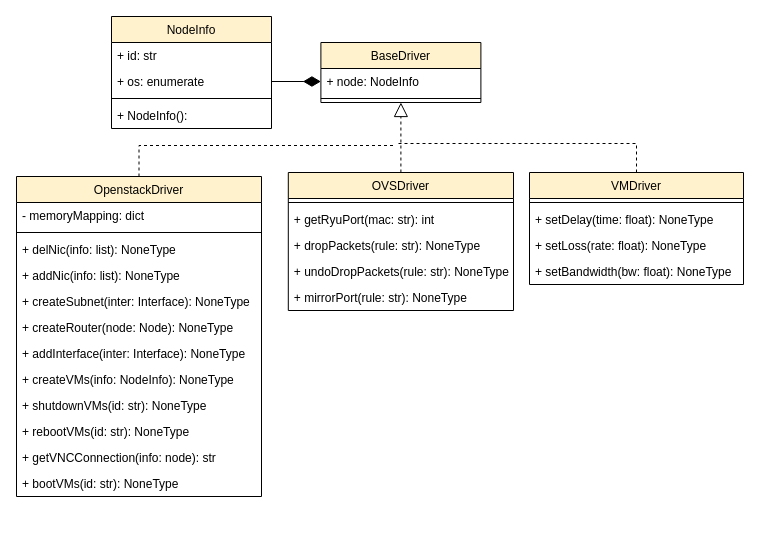
Before: page "类图_驱动模块" (11 of 13) of 仿真功能模块UML类图.drawio in Icarus1994/neutron_conf, a draw.io diagram. Source tidied: cells renumbered, new cells numbered last; positions are measured from the earlier drawing's top-left corner, leaving out a move shared by most shapes. Both pictures are drawn from the tidied source at 100%, with x=0, y=0 at pixel (16, 16).
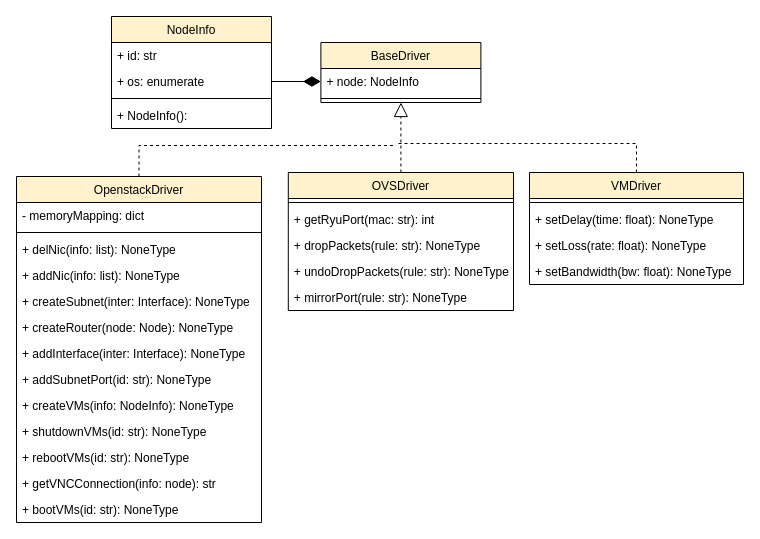
After the change.

The edit, as a diff of the source:
```diff
@@
     <mxCell id="16" value="OpenstackDriver" style="swimlane;fontStyle=0;align=center;verticalAlign=top;horizontal=1;startSize=26;fillColor=#fff2cc;strokeColor=#000000;" parent="1" vertex="1">
-      <mxGeometry y="160" width="245" height="320" as="geometry" />
+      <mxGeometry y="160" width="245" height="346" as="geometry" />
     </mxCell>
@@
+    <mxCell id="38" value="+ addSubnetPort(id: str): NoneType" style="text;strokeColor=none;fillColor=none;align=left;verticalAlign=top;spacingLeft=4;spacingRight=4;overflow=hidden;" parent="16" vertex="1">
+      <mxGeometry y="190" width="245" height="26" as="geometry" />
+    </mxCell>
     <mxCell id="24" value="+ createVMs(info: NodeInfo): NoneType" style="text;strokeColor=none;fillColor=none;align=left;verticalAlign=top;spacingLeft=4;spacingRight=4;overflow=hidden;" parent="16" vertex="1">
-      <mxGeometry y="190" width="245" height="26" as="geometry" />
+      <mxGeometry y="216" width="245" height="26" as="geometry" />
     </mxCell>
     <mxCell id="25" value="+ shutdownVMs(id: str): NoneType" style="text;strokeColor=none;fillColor=none;align=left;verticalAlign=top;spacingLeft=4;spacingRight=4;overflow=hidden;" parent="16" vertex="1">
-      <mxGeometry y="216" width="245" height="26" as="geometry" />
+      <mxGeometry y="242" width="245" height="26" as="geometry" />
     </mxCell>
     <mxCell id="26" value="+ rebootVMs(id: str): NoneType" style="text;strokeColor=none;fillColor=none;align=left;verticalAlign=top;spacingLeft=4;spacingRight=4;overflow=hidden;" parent="16" vertex="1">
-      <mxGeometry y="242" width="245" height="26" as="geometry" />
+      <mxGeometry y="268" width="245" height="26" as="geometry" />
     </mxCell>
     <mxCell id="27" value="+ getVNCConnection(info: node): str" style="text;strokeColor=none;fillColor=none;align=left;verticalAlign=top;spacingLeft=4;spacingRight=4;overflow=hidden;" parent="16" vertex="1">
-      <mxGeometry y="268" width="245" height="26" as="geometry" />
+      <mxGeometry y="294" width="245" height="26" as="geometry" />
     </mxCell>
     <mxCell id="28" value="+ bootVMs(id: str): NoneType" style="text;strokeColor=none;fillColor=none;align=left;verticalAlign=top;spacingLeft=4;spacingRight=4;overflow=hidden;" parent="16" vertex="1">
-      <mxGeometry y="294" width="245" height="26" as="geometry" />
+      <mxGeometry y="320" width="245" height="26" as="geometry" />
     </mxCell>
```
